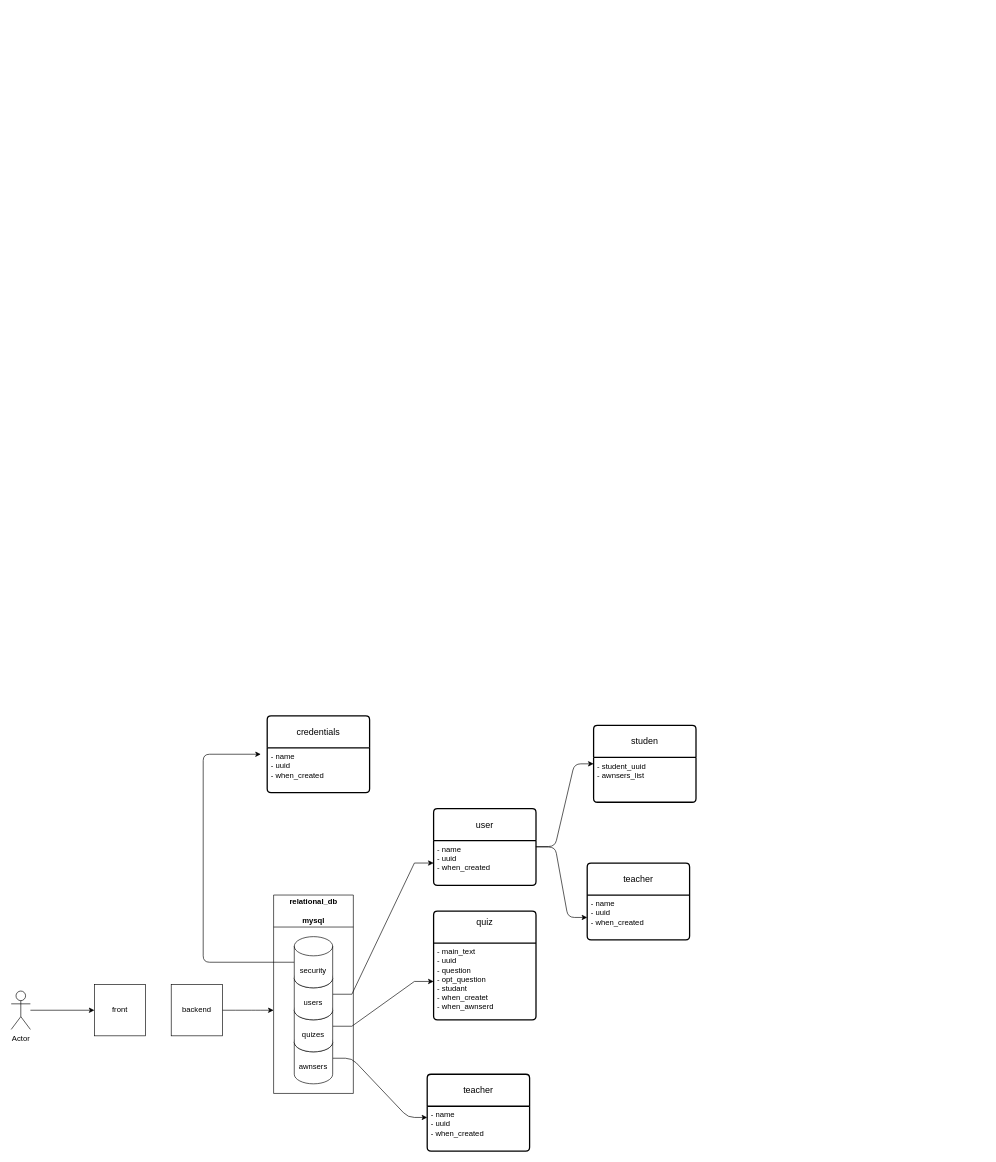
The draw.io diagram doc/system-design.drawio in quiz2llm/quiz2llm, before the edit. Source tidied: cells renumbered, new cells numbered last; positions are measured from the earlier drawing's top-left corner, leaving out a move shared by most shapes. Both pictures are drawn from the tidied source at 64%, with x=0, y=0 at pixel (11, 716).
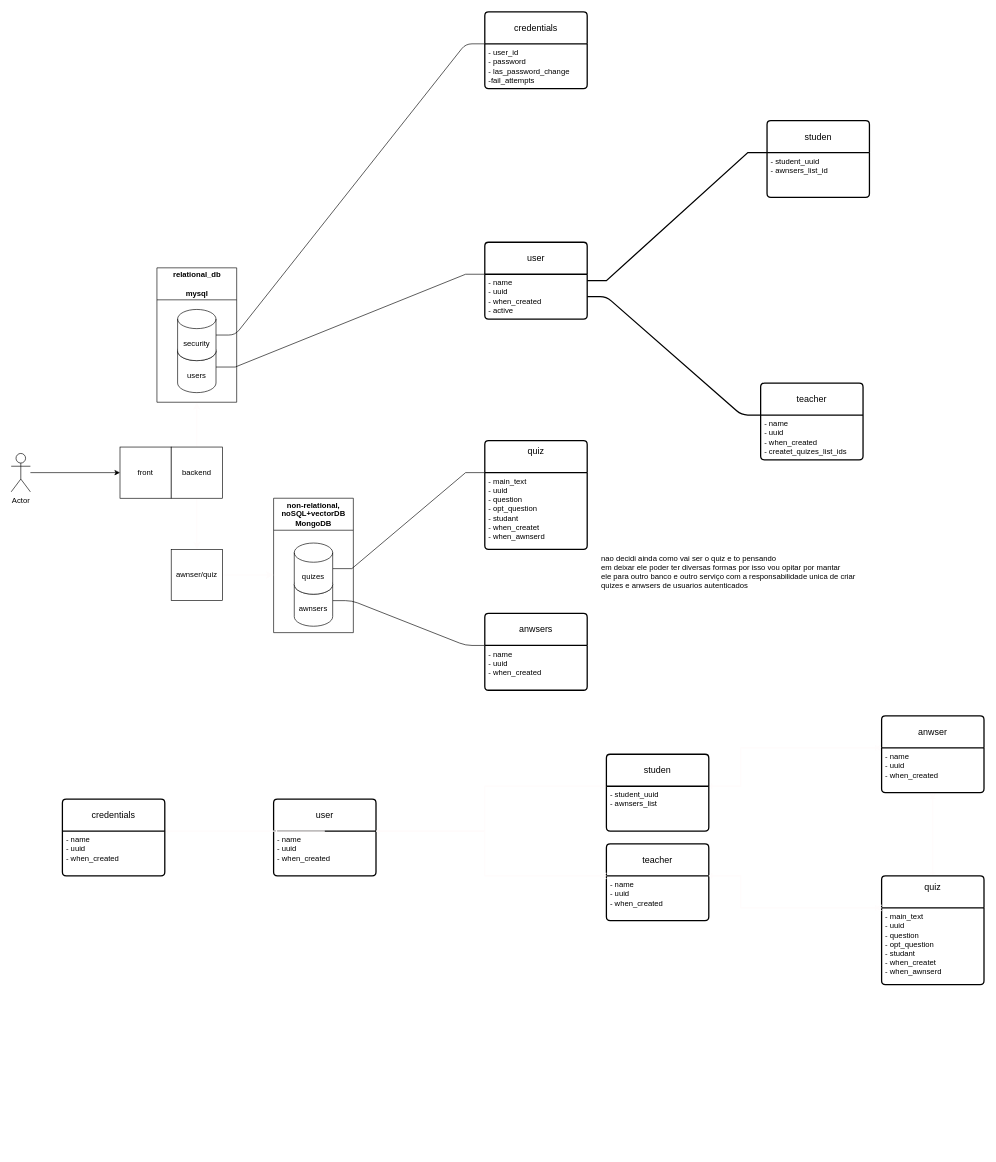
The same diagram, later.

The change refers to these unchanged cells:
```xml
<mxCell id="11" value="&lt;div&gt;- main_text&lt;/div&gt;&lt;div&gt;- uuid&lt;br&gt;- question&lt;/div&gt;&lt;div&gt;- opt_question&lt;/div&gt;&lt;div&gt;- studant&lt;/div&gt;&lt;div&gt;- when_createt&lt;/div&gt;&lt;div&gt;- when_awnserd&lt;/div&gt;&lt;div&gt;&lt;br&gt;&lt;/div&gt;" style="align=left;strokeColor=none;fillColor=none;spacingLeft=4;spacingRight=4;fontSize=12;verticalAlign=top;html=1;whiteSpace=wrap;" parent="10" vertex="1">
  <mxGeometry y="50" width="160" height="120" as="geometry" />
</mxCell>
<mxCell id="27" value="&lt;div&gt;- name&lt;/div&gt;&lt;div&gt;- uuid&lt;/div&gt;&lt;div&gt;- when_created&lt;/div&gt;" style="align=left;strokeColor=none;fillColor=none;spacingLeft=4;spacingRight=4;fontSize=12;verticalAlign=top;html=1;whiteSpace=wrap;" parent="26" vertex="1">
  <mxGeometry y="50" width="160" height="70" as="geometry" />
</mxCell>
```

Change to the diagram source:
```diff
@@
-    <mxCell id="2" style="edgeStyle=entityRelationEdgeStyle;html=1;entryX=0;entryY=0.25;entryDx=0;entryDy=0;" parent="1" edge="1" source="3" target="27">
+    <mxCell id="2" style="edgeStyle=entityRelationEdgeStyle;html=1;entryX=0;entryY=0;entryDx=0;entryDy=0;endArrow=none;endFill=0;" parent="1" edge="1" source="3" target="27">
       <mxGeometry relative="1" as="geometry" />
     </mxCell>
-    <mxCell id="3" value="awnsers" style="shape=cylinder3;whiteSpace=wrap;html=1;boundedLbl=1;backgroundOutline=1;size=15;" parent="1" vertex="1">
-      <mxGeometry x="442.3" y="495" width="60" height="80" as="geometry" />
-    </mxCell>
     <mxCell id="4" value="front" style="whiteSpace=wrap;html=1;" parent="1" vertex="1">
-      <mxGeometry x="130" y="420" width="80" height="80" as="geometry" />
+      <mxGeometry x="170" y="-420" width="80" height="80" as="geometry" />
     </mxCell>
-    <mxCell id="5" style="edgeStyle=entityRelationEdgeStyle;html=1;" parent="1" edge="1" source="6">
-      <mxGeometry relative="1" as="geometry">
-        <mxPoint x="410" y="460" as="targetPoint" />
-      </mxGeometry>
-    </mxCell>
+    <mxCell id="30" style="edgeStyle=orthogonalEdgeStyle;rounded=0;html=1;strokeColor=#FFFCFC;strokeWidth=2;startArrow=none;startFill=0;endArrow=classic;endFill=1;" parent="1" edge="1" source="6" target="55">
+      <mxGeometry relative="1" as="geometry" />
+    </mxCell>
+    <mxCell id="31" style="edgeStyle=orthogonalEdgeStyle;rounded=0;html=1;strokeColor=#FFFCFC;strokeWidth=2;startArrow=none;startFill=0;endArrow=classic;endFill=1;entryX=0.5;entryY=1;entryDx=0;entryDy=0;" parent="1" edge="1" source="6" target="20">
+      <mxGeometry relative="1" as="geometry" />
+    </mxCell>
     <mxCell id="6" value="&lt;div&gt;backend&lt;/div&gt;" style="whiteSpace=wrap;html=1;" parent="1" vertex="1">
-      <mxGeometry x="250" y="420" width="80" height="80" as="geometry" />
+      <mxGeometry x="250" y="-420" width="80" height="80" as="geometry" />
     </mxCell>
-    <mxCell id="7" style="edgeStyle=entityRelationEdgeStyle;html=1;entryX=0;entryY=0.5;entryDx=0;entryDy=0;" parent="1" edge="1" source="8" target="18">
-      <mxGeometry relative="1" as="geometry" />
-    </mxCell>
+    <mxCell id="32" style="edgeStyle=entityRelationEdgeStyle;rounded=0;html=1;entryX=0;entryY=0;entryDx=0;entryDy=0;strokeColor=default;strokeWidth=2;startArrow=none;startFill=0;endArrow=none;endFill=0;" parent="1" edge="1" source="8" target="16">
+      <mxGeometry relative="1" as="geometry" />
+    </mxCell>
     <mxCell id="8" value="user" style="swimlane;horizontal=1;startSize=50;rounded=1;fontSize=14;fontStyle=0;strokeWidth=2;shadow=0;dashed=0;align=center;arcSize=4;whiteSpace=wrap;html=1;" parent="1" vertex="1">
-      <mxGeometry x="660" y="145" width="160" height="120" as="geometry" />
+      <mxGeometry x="740" y="-740" width="160" height="120" as="geometry" />
     </mxCell>
-    <mxCell id="9" value="&lt;div&gt;- name&lt;/div&gt;&lt;div&gt;- uuid&lt;/div&gt;&lt;div&gt;- when_created&lt;/div&gt;" style="align=left;strokeColor=none;fillColor=none;spacingLeft=4;spacingRight=4;fontSize=12;verticalAlign=top;html=1;whiteSpace=wrap;" parent="8" vertex="1">
+    <mxCell id="9" value="&lt;div&gt;- name&lt;/div&gt;&lt;div&gt;- uuid&lt;/div&gt;&lt;div&gt;- when_created&lt;br&gt;- active&lt;/div&gt;" style="align=left;strokeColor=none;fillColor=none;spacingLeft=4;spacingRight=4;fontSize=12;verticalAlign=top;html=1;whiteSpace=wrap;" parent="8" vertex="1">
       <mxGeometry y="50" width="160" height="70" as="geometry" />
     </mxCell>
     <mxCell id="10" value="&lt;div&gt;quiz&lt;/div&gt;&lt;div&gt;&lt;br&gt;&lt;/div&gt;" style="swimlane;horizontal=1;startSize=50;rounded=1;fontSize=14;fontStyle=0;strokeWidth=2;shadow=0;dashed=0;align=center;arcSize=4;whiteSpace=wrap;html=1;" parent="1" vertex="1">
-      <mxGeometry x="660" y="305" width="160" height="170" as="geometry" />
+      <mxGeometry x="740" y="-430" width="160" height="170" as="geometry" />
     </mxCell>
@@
-    <mxCell id="12" style="edgeStyle=entityRelationEdgeStyle;rounded=0;jettySize=auto;html=1;entryX=0;entryY=0.5;entryDx=0;entryDy=0;" parent="1" edge="1" source="23" target="9">
+    <mxCell id="12" style="edgeStyle=entityRelationEdgeStyle;rounded=0;jettySize=auto;html=1;endArrow=none;endFill=0;entryX=0;entryY=0;entryDx=0;entryDy=0;" parent="1" edge="1" source="23" target="9">
       <mxGeometry relative="1" as="geometry" />
     </mxCell>
@@
     <mxCell id="14" value="Actor" style="shape=umlActor;verticalLabelPosition=bottom;verticalAlign=top;html=1;outlineConnect=0;" parent="1" vertex="1">
-      <mxGeometry y="430" width="30" height="60" as="geometry" />
+      <mxGeometry y="-410" width="30" height="60" as="geometry" />
     </mxCell>
     <mxCell id="15" value="studen" style="swimlane;horizontal=1;startSize=50;rounded=1;fontSize=14;fontStyle=0;strokeWidth=2;shadow=0;dashed=0;align=center;arcSize=4;whiteSpace=wrap;html=1;" parent="1" vertex="1">
-      <mxGeometry x="910" y="15" width="160" height="120" as="geometry" />
+      <mxGeometry x="1181" y="-930" width="160" height="120" as="geometry" />
     </mxCell>
-    <mxCell id="16" value="&lt;div&gt;- student_uuid&lt;/div&gt;&lt;div&gt;&lt;span style=&quot;background-color: initial;&quot;&gt;- awnsers_list&lt;/span&gt;&lt;/div&gt;&lt;div&gt;&lt;/div&gt;" style="align=left;strokeColor=none;fillColor=none;spacingLeft=4;spacingRight=4;fontSize=12;verticalAlign=top;html=1;whiteSpace=wrap;" parent="15" vertex="1">
+    <mxCell id="16" value="&lt;div&gt;- student_uuid&lt;/div&gt;&lt;div&gt;&lt;span style=&quot;background-color: initial;&quot;&gt;- awnsers_list_id&lt;/span&gt;&lt;/div&gt;&lt;div&gt;&lt;/div&gt;" style="align=left;strokeColor=none;fillColor=none;spacingLeft=4;spacingRight=4;fontSize=12;verticalAlign=top;html=1;whiteSpace=wrap;" parent="15" vertex="1">
       <mxGeometry y="50" width="160" height="70" as="geometry" />
     </mxCell>
     <mxCell id="17" value="teacher" style="swimlane;horizontal=1;startSize=50;rounded=1;fontSize=14;fontStyle=0;strokeWidth=2;shadow=0;dashed=0;align=center;arcSize=4;whiteSpace=wrap;html=1;" parent="1" vertex="1">
-      <mxGeometry x="900" y="230" width="160" height="120" as="geometry" />
+      <mxGeometry x="1171" y="-520" width="160" height="120" as="geometry" />
     </mxCell>
-    <mxCell id="18" value="&lt;div&gt;- name&lt;/div&gt;&lt;div&gt;- uuid&lt;/div&gt;&lt;div&gt;- when_created&lt;/div&gt;" style="align=left;strokeColor=none;fillColor=none;spacingLeft=4;spacingRight=4;fontSize=12;verticalAlign=top;html=1;whiteSpace=wrap;" parent="17" vertex="1">
+    <mxCell id="18" value="&lt;div&gt;- name&lt;/div&gt;&lt;div&gt;- uuid&lt;/div&gt;&lt;div&gt;- when_created&lt;/div&gt;&lt;div&gt;- createt_quizes_list_ids&lt;/div&gt;" style="align=left;strokeColor=none;fillColor=none;spacingLeft=4;spacingRight=4;fontSize=12;verticalAlign=top;html=1;whiteSpace=wrap;" parent="17" vertex="1">
       <mxGeometry y="50" width="160" height="70" as="geometry" />
     </mxCell>
-    <mxCell id="19" style="edgeStyle=entityRelationEdgeStyle;html=1;entryX=0;entryY=0.5;entryDx=0;entryDy=0;exitX=0.998;exitY=0.131;exitDx=0;exitDy=0;exitPerimeter=0;" parent="1" edge="1" source="9" target="15">
-      <mxGeometry relative="1" as="geometry" />
-    </mxCell>
-    <mxCell id="20" value="relational_db&lt;br&gt;&lt;br&gt;mysql" style="swimlane;whiteSpace=wrap;html=1;startSize=50;" parent="1" vertex="1">
-      <mxGeometry x="410" y="280" width="124.6" height="310" as="geometry" />
-    </mxCell>
-    <mxCell id="21" style="edgeStyle=entityRelationEdgeStyle;rounded=0;jettySize=auto;html=1;entryX=0;entryY=0.5;entryDx=0;entryDy=0;" parent="1" edge="1" source="22" target="11">
+    <mxCell id="21" style="edgeStyle=entityRelationEdgeStyle;rounded=0;jettySize=auto;html=1;entryX=0;entryY=0;entryDx=0;entryDy=0;endArrow=none;endFill=0;" parent="1" edge="1" source="22" target="11">
       <mxGeometry relative="1" as="geometry" />
     </mxCell>
-    <mxCell id="22" value="quizes" style="shape=cylinder3;whiteSpace=wrap;html=1;boundedLbl=1;backgroundOutline=1;size=15;" parent="1" vertex="1">
-      <mxGeometry x="442.3" y="445" width="60" height="80" as="geometry" />
-    </mxCell>
-    <mxCell id="23" value="users" style="shape=cylinder3;whiteSpace=wrap;html=1;boundedLbl=1;backgroundOutline=1;size=15;" parent="1" vertex="1">
-      <mxGeometry x="442.3" y="395" width="60" height="80" as="geometry" />
-    </mxCell>
-    <mxCell id="24" style="edgeStyle=orthogonalEdgeStyle;html=1;exitX=0;exitY=0.5;exitDx=0;exitDy=0;exitPerimeter=0;" parent="1" edge="1" source="25">
-      <mxGeometry relative="1" as="geometry">
-        <mxPoint x="390" y="60" as="targetPoint" />
-        <Array as="points">
-          <mxPoint x="300" y="385" />
-          <mxPoint x="300" y="60" />
-        </Array>
-      </mxGeometry>
-    </mxCell>
-    <mxCell id="25" value="security" style="shape=cylinder3;whiteSpace=wrap;html=1;boundedLbl=1;backgroundOutline=1;size=15;" parent="1" vertex="1">
-      <mxGeometry x="442.3" y="345" width="60" height="80" as="geometry" />
-    </mxCell>
+    <mxCell id="33" style="edgeStyle=entityRelationEdgeStyle;html=1;endArrow=none;endFill=0;entryX=0;entryY=0;entryDx=0;entryDy=0;" parent="1" edge="1" source="25" target="29">
+      <mxGeometry relative="1" as="geometry" />
+    </mxCell>
-    <mxCell id="26" value="teacher" style="swimlane;horizontal=1;startSize=50;rounded=1;fontSize=14;fontStyle=0;strokeWidth=2;shadow=0;dashed=0;align=center;arcSize=4;whiteSpace=wrap;html=1;" parent="1" vertex="1">
-      <mxGeometry x="650" y="560" width="160" height="120" as="geometry" />
+    <mxCell id="26" value="anwsers" style="swimlane;horizontal=1;startSize=50;rounded=1;fontSize=14;fontStyle=0;strokeWidth=2;shadow=0;dashed=0;align=center;arcSize=4;whiteSpace=wrap;html=1;" parent="1" vertex="1">
+      <mxGeometry x="740" y="-160" width="160" height="120" as="geometry" />
     </mxCell>
@@
     <mxCell id="28" value="credentials" style="swimlane;horizontal=1;startSize=50;rounded=1;fontSize=14;fontStyle=0;strokeWidth=2;shadow=0;dashed=0;align=center;arcSize=4;whiteSpace=wrap;html=1;" parent="1" vertex="1">
-      <mxGeometry x="400" width="160" height="120" as="geometry" />
+      <mxGeometry x="740" y="-1100" width="160" height="120" as="geometry" />
     </mxCell>
-    <mxCell id="29" value="&lt;div&gt;- name&lt;/div&gt;&lt;div&gt;- uuid&lt;/div&gt;&lt;div&gt;- when_created&lt;/div&gt;" style="align=left;strokeColor=none;fillColor=none;spacingLeft=4;spacingRight=4;fontSize=12;verticalAlign=top;html=1;whiteSpace=wrap;" parent="28" vertex="1">
+    <mxCell id="29" value="- user_id&lt;br&gt;- password&lt;br&gt;- las_password_change&lt;br&gt;-fail_attempts" style="align=left;strokeColor=none;fillColor=none;spacingLeft=4;spacingRight=4;fontSize=12;verticalAlign=top;html=1;whiteSpace=wrap;" parent="28" vertex="1">
       <mxGeometry y="50" width="160" height="70" as="geometry" />
     </mxCell>
+    <mxCell id="34" style="edgeStyle=entityRelationEdgeStyle;html=1;strokeWidth=2;startArrow=none;startFill=0;endArrow=none;endFill=0;entryX=0;entryY=0;entryDx=0;entryDy=0;" parent="1" edge="1" source="9" target="18">
+      <mxGeometry relative="1" as="geometry" />
+    </mxCell>
+    <mxCell id="35" style="edgeStyle=orthogonalEdgeStyle;rounded=0;html=1;entryX=0;entryY=0;entryDx=0;entryDy=0;strokeColor=#FFFCFC;strokeWidth=2;startArrow=ERone;startFill=0;endArrow=ERoneToMany;endFill=0;exitX=1;exitY=0;exitDx=0;exitDy=0;" parent="1" edge="1" source="37" target="43">
+      <mxGeometry relative="1" as="geometry">
+        <Array as="points">
+          <mxPoint x="740" y="180" />
+          <mxPoint x="740" y="110" />
+        </Array>
+      </mxGeometry>
+    </mxCell>
+    <mxCell id="36" value="user" style="swimlane;horizontal=1;startSize=50;rounded=1;fontSize=14;fontStyle=0;strokeWidth=2;shadow=0;dashed=0;align=center;arcSize=4;whiteSpace=wrap;html=1;" parent="1" vertex="1">
+      <mxGeometry x="410" y="130" width="160" height="120" as="geometry" />
+    </mxCell>
+    <mxCell id="37" value="&lt;div&gt;- name&lt;/div&gt;&lt;div&gt;- uuid&lt;/div&gt;&lt;div&gt;- when_created&lt;/div&gt;" style="align=left;strokeColor=none;fillColor=none;spacingLeft=4;spacingRight=4;fontSize=12;verticalAlign=top;html=1;whiteSpace=wrap;strokeWidth=2;" parent="36" vertex="1">
+      <mxGeometry y="50" width="160" height="70" as="geometry" />
+    </mxCell>
+    <mxCell id="38" style="edgeStyle=orthogonalEdgeStyle;rounded=0;html=1;strokeColor=#FFFCFC;strokeWidth=2;startArrow=ERone;startFill=0;endArrow=ERoneToMany;endFill=0;" parent="1" edge="1" source="39" target="47">
+      <mxGeometry relative="1" as="geometry" />
+    </mxCell>
+    <mxCell id="39" value="&lt;div&gt;quiz&lt;/div&gt;&lt;div&gt;&lt;br&gt;&lt;/div&gt;" style="swimlane;horizontal=1;startSize=50;rounded=1;fontSize=14;fontStyle=0;strokeWidth=2;shadow=0;dashed=0;align=center;arcSize=4;whiteSpace=wrap;html=1;" parent="1" vertex="1">
+      <mxGeometry x="1360" y="250" width="160" height="170" as="geometry" />
+    </mxCell>
+    <mxCell id="40" value="&lt;div&gt;- main_text&lt;/div&gt;&lt;div&gt;- uuid&lt;br&gt;- question&lt;/div&gt;&lt;div&gt;- opt_question&lt;/div&gt;&lt;div&gt;- studant&lt;/div&gt;&lt;div&gt;- when_createt&lt;/div&gt;&lt;div&gt;- when_awnserd&lt;/div&gt;&lt;div&gt;&lt;br&gt;&lt;/div&gt;" style="align=left;strokeColor=none;fillColor=none;spacingLeft=4;spacingRight=4;fontSize=12;verticalAlign=top;html=1;whiteSpace=wrap;" parent="39" vertex="1">
+      <mxGeometry y="50" width="160" height="120" as="geometry" />
+    </mxCell>
+    <mxCell id="41" style="edgeStyle=orthogonalEdgeStyle;rounded=0;html=1;entryX=0;entryY=0;entryDx=0;entryDy=0;strokeColor=#FFFCFC;strokeWidth=2;startArrow=ERone;startFill=0;endArrow=ERoneToMany;endFill=0;exitX=1;exitY=0;exitDx=0;exitDy=0;" parent="1" edge="1" source="43" target="47">
+      <mxGeometry relative="1" as="geometry">
+        <Array as="points">
+          <mxPoint x="1140" y="110" />
+          <mxPoint x="1140" y="50" />
+        </Array>
+      </mxGeometry>
+    </mxCell>
+    <mxCell id="42" value="studen" style="swimlane;horizontal=1;startSize=50;rounded=1;fontSize=14;fontStyle=0;strokeWidth=2;shadow=0;dashed=0;align=center;arcSize=4;whiteSpace=wrap;html=1;" parent="1" vertex="1">
+      <mxGeometry x="930" y="60" width="160" height="120" as="geometry" />
+    </mxCell>
+    <mxCell id="43" value="&lt;div&gt;- student_uuid&lt;/div&gt;&lt;div&gt;&lt;span style=&quot;background-color: initial;&quot;&gt;- awnsers_list&lt;/span&gt;&lt;/div&gt;&lt;div&gt;&lt;/div&gt;" style="align=left;strokeColor=none;fillColor=none;spacingLeft=4;spacingRight=4;fontSize=12;verticalAlign=top;html=1;whiteSpace=wrap;strokeWidth=2;" parent="42" vertex="1">
+      <mxGeometry y="50" width="160" height="70" as="geometry" />
+    </mxCell>
+    <mxCell id="44" value="teacher" style="swimlane;horizontal=1;startSize=50;rounded=1;fontSize=14;fontStyle=0;strokeWidth=2;shadow=0;dashed=0;align=center;arcSize=4;whiteSpace=wrap;html=1;" parent="1" vertex="1">
+      <mxGeometry x="930" y="200" width="160" height="120" as="geometry" />
+    </mxCell>
+    <mxCell id="45" value="&lt;div&gt;- name&lt;/div&gt;&lt;div&gt;- uuid&lt;/div&gt;&lt;div&gt;- when_created&lt;/div&gt;" style="align=left;strokeColor=none;fillColor=none;spacingLeft=4;spacingRight=4;fontSize=12;verticalAlign=top;html=1;whiteSpace=wrap;strokeWidth=2;" parent="44" vertex="1">
+      <mxGeometry y="50" width="160" height="70" as="geometry" />
+    </mxCell>
+    <mxCell id="46" value="anwser" style="swimlane;horizontal=1;startSize=50;rounded=1;fontSize=14;fontStyle=0;strokeWidth=2;shadow=0;dashed=0;align=center;arcSize=4;whiteSpace=wrap;html=1;" parent="1" vertex="1">
+      <mxGeometry x="1360" width="160" height="120" as="geometry" />
+    </mxCell>
+    <mxCell id="47" value="&lt;div&gt;- name&lt;/div&gt;&lt;div&gt;- uuid&lt;/div&gt;&lt;div&gt;- when_created&lt;/div&gt;" style="align=left;strokeColor=none;fillColor=none;spacingLeft=4;spacingRight=4;fontSize=12;verticalAlign=top;html=1;whiteSpace=wrap;" parent="46" vertex="1">
+      <mxGeometry y="50" width="160" height="70" as="geometry" />
+    </mxCell>
+    <mxCell id="48" style="edgeStyle=none;rounded=0;html=1;entryX=0;entryY=0;entryDx=0;entryDy=0;strokeColor=#FFFCFC;strokeWidth=2;startArrow=ERone;startFill=0;endArrow=ERone;endFill=0;exitX=1;exitY=0;exitDx=0;exitDy=0;" parent="1" edge="1" source="50" target="37">
+      <mxGeometry relative="1" as="geometry">
+        <Array as="points">
+          <mxPoint x="490" y="180" />
+        </Array>
+      </mxGeometry>
+    </mxCell>
+    <mxCell id="49" value="credentials" style="swimlane;horizontal=1;startSize=50;rounded=1;fontSize=14;fontStyle=0;strokeWidth=2;shadow=0;dashed=0;align=center;arcSize=4;whiteSpace=wrap;html=1;" parent="1" vertex="1">
+      <mxGeometry x="80" y="130" width="160" height="120" as="geometry" />
+    </mxCell>
+    <mxCell id="50" value="&lt;div&gt;- name&lt;/div&gt;&lt;div&gt;- uuid&lt;/div&gt;&lt;div&gt;- when_created&lt;/div&gt;" style="align=left;strokeColor=none;fillColor=none;spacingLeft=4;spacingRight=4;fontSize=12;verticalAlign=top;html=1;whiteSpace=wrap;" parent="49" vertex="1">
+      <mxGeometry y="50" width="160" height="70" as="geometry" />
+    </mxCell>
+    <mxCell id="51" style="edgeStyle=orthogonalEdgeStyle;rounded=0;html=1;strokeColor=#FFFCFC;strokeWidth=2;startArrow=ERone;startFill=0;endArrow=ERoneToMany;endFill=0;exitX=1;exitY=0;exitDx=0;exitDy=0;entryX=0;entryY=0;entryDx=0;entryDy=0;" parent="1" edge="1" source="45" target="40">
+      <mxGeometry relative="1" as="geometry">
+        <Array as="points">
+          <mxPoint x="1140" y="250" />
+          <mxPoint x="1140" y="300" />
+        </Array>
+      </mxGeometry>
+    </mxCell>
+    <mxCell id="52" style="edgeStyle=orthogonalEdgeStyle;rounded=0;html=1;exitX=1;exitY=0;exitDx=0;exitDy=0;entryX=0;entryY=0;entryDx=0;entryDy=0;strokeColor=#FFFCFC;strokeWidth=2;startArrow=ERone;startFill=0;endArrow=ERoneToMany;endFill=0;" parent="1" edge="1" source="37" target="45">
+      <mxGeometry relative="1" as="geometry">
+        <Array as="points">
+          <mxPoint x="740" y="180" />
+          <mxPoint x="740" y="250" />
+        </Array>
+      </mxGeometry>
+    </mxCell>
+    <mxCell id="53" value="non-relational, noSQL+vectorDB&lt;br&gt;MongoDB" style="swimlane;whiteSpace=wrap;html=1;startSize=50;" parent="1" vertex="1">
+      <mxGeometry x="410" y="-340" width="124.6" height="210" as="geometry" />
+    </mxCell>
+    <mxCell id="3" value="awnsers" style="shape=cylinder3;whiteSpace=wrap;html=1;boundedLbl=1;backgroundOutline=1;size=15;" parent="53" vertex="1">
+      <mxGeometry x="32.3" y="120" width="60" height="80" as="geometry" />
+    </mxCell>
+    <mxCell id="22" value="quizes" style="shape=cylinder3;whiteSpace=wrap;html=1;boundedLbl=1;backgroundOutline=1;size=15;" parent="53" vertex="1">
+      <mxGeometry x="32.3" y="70" width="60" height="80" as="geometry" />
+    </mxCell>
+    <mxCell id="54" style="edgeStyle=orthogonalEdgeStyle;rounded=0;html=1;strokeColor=#FFFCFC;strokeWidth=2;startArrow=none;startFill=0;endArrow=classic;endFill=1;" parent="1" edge="1" source="55">
+      <mxGeometry relative="1" as="geometry">
+        <mxPoint x="410" y="-220" as="targetPoint" />
+      </mxGeometry>
+    </mxCell>
+    <mxCell id="55" value="&lt;div&gt;awnser/quiz&lt;/div&gt;" style="whiteSpace=wrap;html=1;" parent="1" vertex="1">
+      <mxGeometry x="250" y="-260" width="80" height="80" as="geometry" />
+    </mxCell>
+    <mxCell id="56" style="group;" parent="1" vertex="1">
+      <mxGeometry x="227.7" y="-700" width="124.6" height="210" as="geometry" />
+    </mxCell>
+    <mxCell id="20" value="relational_db&lt;br&gt;&lt;br&gt;mysql" style="swimlane;whiteSpace=wrap;html=1;startSize=50;" parent="56" vertex="1">
+      <mxGeometry width="124.6" height="210" as="geometry" />
+    </mxCell>
+    <mxCell id="23" value="users" style="shape=cylinder3;whiteSpace=wrap;html=1;boundedLbl=1;backgroundOutline=1;size=15;" parent="56" vertex="1">
+      <mxGeometry x="32.3" y="115" width="60" height="80" as="geometry" />
+    </mxCell>
+    <mxCell id="25" value="security" style="shape=cylinder3;whiteSpace=wrap;html=1;boundedLbl=1;backgroundOutline=1;size=15;" parent="56" vertex="1">
+      <mxGeometry x="32.3" y="65" width="60" height="80" as="geometry" />
+    </mxCell>
+    <mxCell id="57" value="nao decidi ainda como vai ser o quiz e to pensando&amp;nbsp;&lt;br&gt;em deixar ele poder ter diversas formas por isso vou opitar por mantar&amp;nbsp;&lt;br&gt;ele para outro banco e outro serviço com a responsabilidade unica de criar&lt;br&gt;quizes e anwsers de usuarios autenticados&amp;nbsp;" style="text;html=1;align=left;verticalAlign=middle;strokeColor=none;fillColor=none;" parent="1" vertex="1">
+      <mxGeometry x="920" y="-260" width="470" height="70" as="geometry" />
+    </mxCell>
```
